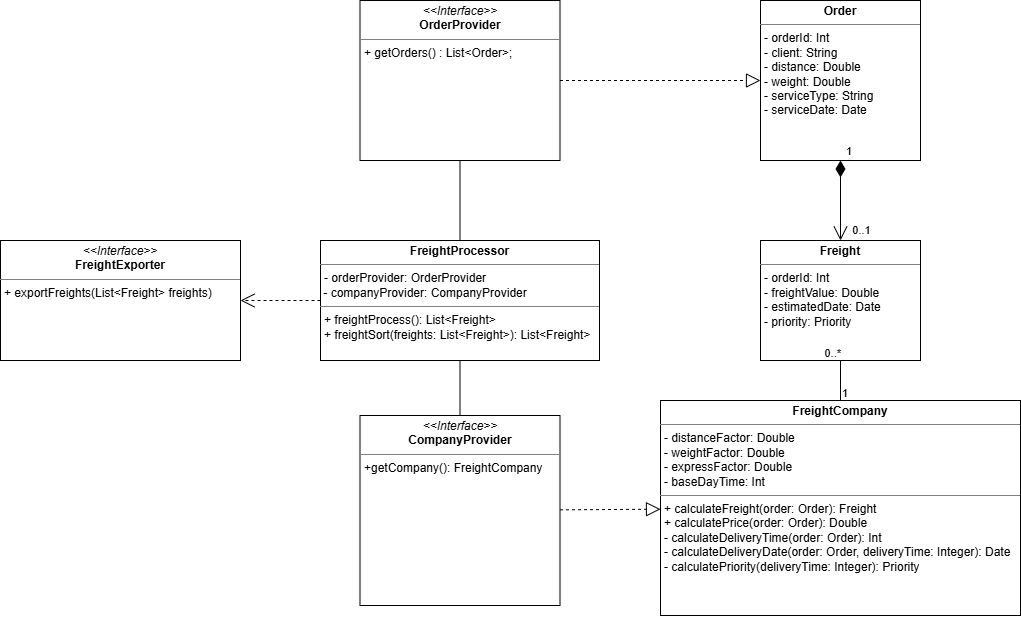
Above: docs/UML.png in SW-Engineering-Courses-Karina-Kohl/trabalhofinal-turmaa-grupo6 (draw.io), before the change. Source tidied: cells renumbered, new cells last; positions are measured from the earlier drawing's top-left corner, leaving out a move shared by most shapes.
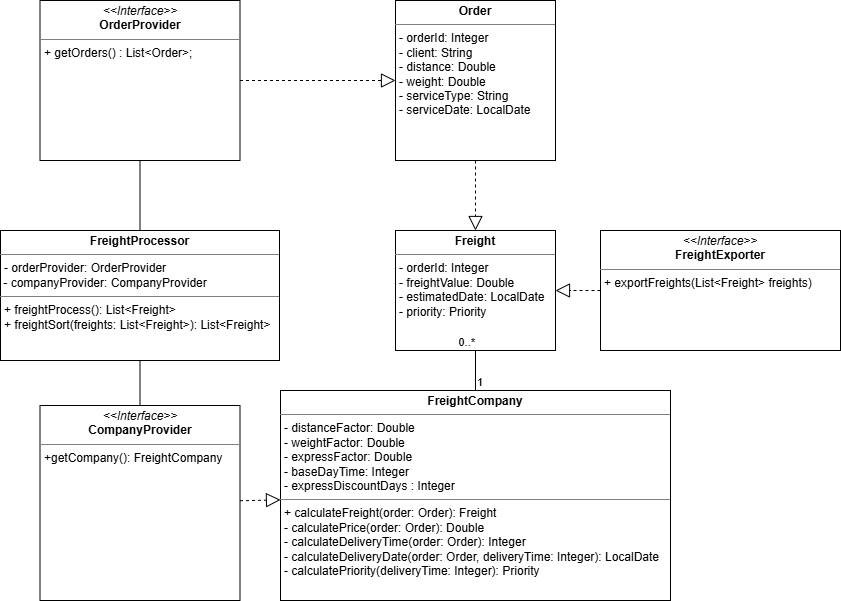
The same diagram one commit later.

Commit message:
Update UML diagram image

Replace docs/UML.png with an updated PNG diagram.

No source code modified.

Change to the diagram source:
```diff
@@ -2,17 +2,17 @@
   <root>
     <mxCell id="0" />
     <mxCell id="1" parent="0" />
-    <mxCell id="2" value="&lt;p style=&quot;margin:0px;margin-top:4px;text-align:center;&quot;&gt;&lt;b&gt;Order&lt;/b&gt;&lt;/p&gt;&lt;hr size=&quot;1&quot; style=&quot;border-style:solid;&quot;&gt;&lt;p style=&quot;margin:0px;margin-left:4px;&quot;&gt;- orderId: Int&lt;/p&gt;&lt;p style=&quot;margin:0px;margin-left:4px;&quot;&gt;- client: String&lt;/p&gt;&lt;p style=&quot;margin:0px;margin-left:4px;&quot;&gt;- distance: Double&lt;/p&gt;&lt;p style=&quot;margin:0px;margin-left:4px;&quot;&gt;- weight: Double&lt;/p&gt;&lt;p style=&quot;margin:0px;margin-left:4px;&quot;&gt;- serviceType: String&lt;/p&gt;&lt;p style=&quot;margin:0px;margin-left:4px;&quot;&gt;- serviceDate: Date&lt;/p&gt;" style="verticalAlign=top;align=left;overflow=fill;html=1;whiteSpace=wrap;" parent="1" vertex="1">
-      <mxGeometry x="760" width="160" height="160" as="geometry" />
+    <mxCell id="2" value="&lt;p style=&quot;margin:0px;margin-top:4px;text-align:center;&quot;&gt;&lt;b&gt;Order&lt;/b&gt;&lt;/p&gt;&lt;hr size=&quot;1&quot; style=&quot;border-style:solid;&quot;&gt;&lt;p style=&quot;margin:0px;margin-left:4px;&quot;&gt;- orderId: Integer&lt;/p&gt;&lt;p style=&quot;margin:0px;margin-left:4px;&quot;&gt;- client: String&lt;/p&gt;&lt;p style=&quot;margin:0px;margin-left:4px;&quot;&gt;- distance: Double&lt;/p&gt;&lt;p style=&quot;margin:0px;margin-left:4px;&quot;&gt;- weight: Double&lt;/p&gt;&lt;p style=&quot;margin:0px;margin-left:4px;&quot;&gt;- serviceType: String&lt;/p&gt;&lt;p style=&quot;margin:0px;margin-left:4px;&quot;&gt;- serviceDate:&amp;nbsp;&lt;span style=&quot;background-color: transparent; color: light-dark(rgb(0, 0, 0), rgb(255, 255, 255));&quot;&gt;Local&lt;/span&gt;&lt;span style=&quot;background-color: transparent; color: light-dark(rgb(0, 0, 0), rgb(255, 255, 255));&quot;&gt;Date&lt;/span&gt;&lt;/p&gt;" style="verticalAlign=top;align=left;overflow=fill;html=1;whiteSpace=wrap;" parent="1" vertex="1">
+      <mxGeometry x="455" y="15" width="160" height="160" as="geometry" />
     </mxCell>
-    <mxCell id="3" value="&lt;p style=&quot;margin:0px;margin-top:4px;text-align:center;&quot;&gt;&lt;b&gt;Freight&lt;/b&gt;&lt;/p&gt;&lt;hr size=&quot;1&quot; style=&quot;border-style:solid;&quot;&gt;&lt;p style=&quot;margin:0px;margin-left:4px;&quot;&gt;- orderId: Int&lt;/p&gt;&lt;p style=&quot;margin:0px;margin-left:4px;&quot;&gt;- freightValue: Double&lt;/p&gt;&lt;p style=&quot;margin:0px;margin-left:4px;&quot;&gt;- estimatedDate: Date&lt;/p&gt;&lt;p style=&quot;margin:0px;margin-left:4px;&quot;&gt;- priority: Priority&lt;/p&gt;" style="verticalAlign=top;align=left;overflow=fill;html=1;whiteSpace=wrap;" parent="1" vertex="1">
-      <mxGeometry x="760" y="240" width="160" height="120" as="geometry" />
+    <mxCell id="3" value="&lt;p style=&quot;margin:0px;margin-top:4px;text-align:center;&quot;&gt;&lt;b&gt;Freight&lt;/b&gt;&lt;/p&gt;&lt;hr size=&quot;1&quot; style=&quot;border-style:solid;&quot;&gt;&lt;p style=&quot;margin:0px;margin-left:4px;&quot;&gt;- orderId: Integer&lt;/p&gt;&lt;p style=&quot;margin:0px;margin-left:4px;&quot;&gt;- freightValue: Double&lt;/p&gt;&lt;p style=&quot;margin:0px;margin-left:4px;&quot;&gt;- estimatedDate: LocalDate&lt;/p&gt;&lt;p style=&quot;margin:0px;margin-left:4px;&quot;&gt;- priority: Priority&lt;/p&gt;" style="verticalAlign=top;align=left;overflow=fill;html=1;whiteSpace=wrap;" parent="1" vertex="1">
+      <mxGeometry x="455" y="245" width="160" height="120" as="geometry" />
     </mxCell>
     <mxCell id="4" value="&lt;p style=&quot;margin:0px;margin-top:4px;text-align:center;&quot;&gt;&lt;i&gt;&amp;lt;&amp;lt;Interface&amp;gt;&amp;gt;&lt;/i&gt;&lt;br&gt;&lt;b&gt;OrderProvider&lt;/b&gt;&lt;/p&gt;&lt;hr size=&quot;1&quot; style=&quot;border-style:solid;&quot;&gt;&lt;p style=&quot;margin:0px;margin-left:4px;&quot;&gt;+ getOrders() :&amp;nbsp;&lt;span style=&quot;background-color: transparent; color: light-dark(rgb(0, 0, 0), rgb(255, 255, 255));&quot;&gt;List&amp;lt;Order&amp;gt;&lt;/span&gt;&lt;span style=&quot;background-color: transparent; color: light-dark(rgb(0, 0, 0), rgb(255, 255, 255));&quot;&gt;;&lt;/span&gt;&lt;/p&gt;" style="verticalAlign=top;align=left;overflow=fill;html=1;whiteSpace=wrap;" parent="1" vertex="1">
-      <mxGeometry x="359.5" width="200" height="160" as="geometry" />
+      <mxGeometry x="99.5" y="15" width="200" height="160" as="geometry" />
     </mxCell>
     <mxCell id="5" value="&lt;p style=&quot;margin:0px;margin-top:4px;text-align:center;&quot;&gt;&lt;i&gt;&amp;lt;&amp;lt;Interface&amp;gt;&amp;gt;&lt;/i&gt;&lt;br&gt;&lt;b&gt;CompanyProvider&lt;/b&gt;&lt;/p&gt;&lt;hr size=&quot;1&quot; style=&quot;border-style:solid;&quot;&gt;&lt;p style=&quot;margin:0px;margin-left:4px;&quot;&gt;&lt;span style=&quot;background-color: transparent; color: light-dark(rgb(0, 0, 0), rgb(255, 255, 255));&quot;&gt;+getCompany(): FreightCompany&lt;/span&gt;&lt;/p&gt;" style="verticalAlign=top;align=left;overflow=fill;html=1;whiteSpace=wrap;" parent="1" vertex="1">
-      <mxGeometry x="359.5" y="415" width="200" height="190" as="geometry" />
+      <mxGeometry x="99.5" y="420" width="200" height="195" as="geometry" />
     </mxCell>
     <mxCell id="6" style="endArrow=block;dashed=1;endFill=0;endSize=12;html=1;rounded=0;" parent="1" edge="1" source="4" target="2">
       <mxGeometry relative="1" as="geometry" />
@@ -20,14 +20,6 @@
     <mxCell id="7" style="endArrow=block;dashed=1;endFill=0;endSize=12;html=1;rounded=0;" parent="1" edge="1" source="5" target="16">
       <mxGeometry relative="1" as="geometry" />
     </mxCell>
-    <mxCell id="8" value="1" style="endArrow=open;html=1;endSize=12;startArrow=diamondThin;startSize=14;startFill=1;edgeStyle=orthogonalEdgeStyle;align=left;verticalAlign=bottom;rounded=0;" parent="1" edge="1" source="2" target="3">
-      <mxGeometry x="-1" y="4" relative="1" as="geometry" />
-    </mxCell>
-    <mxCell id="9" value="0..1" style="edgeLabel;html=1;align=center;verticalAlign=middle;" parent="8" vertex="1">
-      <mxGeometry x="0.9" y="-2" relative="1" as="geometry">
-        <mxPoint x="22" y="-8" as="offset" />
-      </mxGeometry>
-    </mxCell>
     <mxCell id="10" style="endArrow=none;html=1;edgeStyle=orthogonalEdgeStyle;rounded=0;" parent="1" edge="1" source="16" target="3">
       <mxGeometry relative="1" as="geometry" />
     </mxCell>
@@ -38,7 +30,7 @@
       <mxGeometry x="1" relative="1" as="geometry" />
     </mxCell>
     <mxCell id="13" value="&lt;p style=&quot;margin:0px;margin-top:4px;text-align:center;&quot;&gt;&lt;b&gt;FreightProcessor&lt;/b&gt;&lt;/p&gt;&lt;hr size=&quot;1&quot; style=&quot;border-style:solid;&quot;&gt;&lt;p style=&quot;margin:0px;margin-left:4px;&quot;&gt;- orderProvider: O&lt;span style=&quot;background-color: transparent; color: light-dark(rgb(0, 0, 0), rgb(255, 255, 255));&quot;&gt;rderProvider&lt;/span&gt;&lt;/p&gt;&amp;nbsp;- companyProvider: CompanyProvider&lt;br&gt;&lt;hr size=&quot;1&quot; style=&quot;border-style:solid;&quot;&gt;&lt;p style=&quot;margin:0px;margin-left:4px;&quot;&gt;+ freightProcess(): List&amp;lt;Freight&amp;gt;&lt;/p&gt;&lt;p style=&quot;margin:0px;margin-left:4px;&quot;&gt;+ freightSort(freights: List&amp;lt;Freight&amp;gt;): List&amp;lt;Freight&amp;gt;&lt;/p&gt;" style="verticalAlign=top;align=left;overflow=fill;html=1;whiteSpace=wrap;" parent="1" vertex="1">
-      <mxGeometry x="320" y="240" width="279" height="120" as="geometry" />
+      <mxGeometry x="60" y="245" width="279" height="130" as="geometry" />
     </mxCell>
     <mxCell id="14" style="endArrow=none;html=1;edgeStyle=orthogonalEdgeStyle;rounded=0;" parent="1" edge="1" source="4" target="13">
       <mxGeometry relative="1" as="geometry" />
@@ -46,14 +38,17 @@
     <mxCell id="15" style="endArrow=none;html=1;edgeStyle=orthogonalEdgeStyle;rounded=0;" parent="1" edge="1" source="13" target="5">
       <mxGeometry relative="1" as="geometry" />
     </mxCell>
-    <mxCell id="16" value="&lt;p style=&quot;margin:0px;margin-top:4px;text-align:center;&quot;&gt;&lt;span style=&quot;font-weight: 700;&quot;&gt;FreightCompany&lt;/span&gt;&lt;/p&gt;&lt;hr size=&quot;1&quot; style=&quot;border-style:solid;&quot;&gt;&lt;p style=&quot;margin:0px;margin-left:4px;&quot;&gt;- distanceFactor: Double&lt;/p&gt;&lt;p style=&quot;margin:0px;margin-left:4px;&quot;&gt;- weightFactor: Double&lt;/p&gt;&lt;p style=&quot;margin:0px;margin-left:4px;&quot;&gt;- expressFactor: Double&lt;/p&gt;&lt;p style=&quot;margin:0px;margin-left:4px;&quot;&gt;- baseDayTime: Int&lt;/p&gt;&lt;hr size=&quot;1&quot; style=&quot;border-style:solid;&quot;&gt;&lt;p style=&quot;margin:0px;margin-left:4px;&quot;&gt;+ calculateFreight(order: Order): Freight&lt;/p&gt;&lt;p style=&quot;margin:0px;margin-left:4px;&quot;&gt;+ calculatePrice(order: Order): Double&lt;/p&gt;&lt;p style=&quot;margin:0px;margin-left:4px;&quot;&gt;- calculateDeliveryTime(order: Order): Int&lt;/p&gt;&lt;p style=&quot;margin:0px;margin-left:4px;&quot;&gt;- calculateDeliveryDate(order: Order, deliveryTime: Integer): Date&lt;/p&gt;&lt;p style=&quot;margin:0px;margin-left:4px;&quot;&gt;- calculatePriority(deliveryTime: Integer): Priority&lt;/p&gt;" style="verticalAlign=top;align=left;overflow=fill;html=1;whiteSpace=wrap;" parent="1" vertex="1">
-      <mxGeometry x="660" y="400" width="360" height="215" as="geometry" />
+    <mxCell id="16" value="&lt;p style=&quot;margin:0px;margin-top:4px;text-align:center;&quot;&gt;&lt;span style=&quot;font-weight: 700;&quot;&gt;FreightCompany&lt;/span&gt;&lt;/p&gt;&lt;hr size=&quot;1&quot; style=&quot;border-style:solid;&quot;&gt;&lt;p style=&quot;margin:0px;margin-left:4px;&quot;&gt;- distanceFactor: Double&lt;/p&gt;&lt;p style=&quot;margin:0px;margin-left:4px;&quot;&gt;- weightFactor: Double&lt;/p&gt;&lt;p style=&quot;margin:0px;margin-left:4px;&quot;&gt;- expressFactor: Double&lt;/p&gt;&lt;p style=&quot;margin:0px;margin-left:4px;&quot;&gt;- baseDayTime: Integer&lt;/p&gt;&lt;p style=&quot;margin:0px;margin-left:4px;&quot;&gt;- expressDiscountDays : Integer&lt;/p&gt;&lt;hr size=&quot;1&quot; style=&quot;border-style:solid;&quot;&gt;&lt;p style=&quot;margin:0px;margin-left:4px;&quot;&gt;+ calculateFreight(order: Order): Freight&lt;/p&gt;&lt;p style=&quot;margin:0px;margin-left:4px;&quot;&gt;- calculatePrice(order: Order): Double&lt;/p&gt;&lt;p style=&quot;margin:0px;margin-left:4px;&quot;&gt;- calculateDeliveryTime(order: Order): Integer&lt;/p&gt;&lt;p style=&quot;margin:0px;margin-left:4px;&quot;&gt;- calculateDeliveryDate(order: Order, deliveryTime: Integer):&amp;nbsp;&lt;span style=&quot;background-color: transparent; color: light-dark(rgb(0, 0, 0), rgb(255, 255, 255));&quot;&gt;Local&lt;/span&gt;&lt;span style=&quot;background-color: transparent; color: light-dark(rgb(0, 0, 0), rgb(255, 255, 255));&quot;&gt;Date&lt;/span&gt;&lt;/p&gt;&lt;p style=&quot;margin:0px;margin-left:4px;&quot;&gt;- calculatePriority(deliveryTime: Integer): Priority&lt;/p&gt;" style="verticalAlign=top;align=left;overflow=fill;html=1;whiteSpace=wrap;" parent="1" vertex="1">
+      <mxGeometry x="340" y="405" width="390" height="210" as="geometry" />
     </mxCell>
     <mxCell id="17" value="&lt;p style=&quot;margin:0px;margin-top:4px;text-align:center;&quot;&gt;&lt;i&gt;&amp;lt;&amp;lt;Interface&amp;gt;&amp;gt;&lt;/i&gt;&lt;br&gt;&lt;b&gt;FreightExporter&lt;/b&gt;&lt;/p&gt;&lt;hr size=&quot;1&quot; style=&quot;border-style:solid;&quot;&gt;&lt;p style=&quot;margin:0px;margin-left:4px;&quot;&gt;+ exportFreights(List&amp;lt;Freight&amp;gt; freights)&lt;/p&gt;" style="verticalAlign=top;align=left;overflow=fill;html=1;whiteSpace=wrap;" parent="1" vertex="1">
-      <mxGeometry y="240" width="240" height="120" as="geometry" />
+      <mxGeometry x="660" y="245" width="240" height="120" as="geometry" />
     </mxCell>
-    <mxCell id="18" style="endArrow=open;endSize=12;dashed=1;html=1;rounded=0;" parent="1" edge="1" source="13" target="17">
-      <mxGeometry relative="1" as="geometry" />
-    </mxCell>
+    <mxCell id="8" style="endArrow=block;dashed=1;endFill=0;endSize=12;html=1;rounded=0;" parent="1" edge="1" source="2" target="3">
+      <mxGeometry relative="1" as="geometry" />
+    </mxCell>
+    <mxCell id="19" style="endArrow=block;dashed=1;endFill=0;endSize=12;html=1;rounded=0;" parent="1" edge="1" source="17" target="3">
+      <mxGeometry relative="1" as="geometry" />
+    </mxCell>
   </root>
 </mxGraphModel>
```
